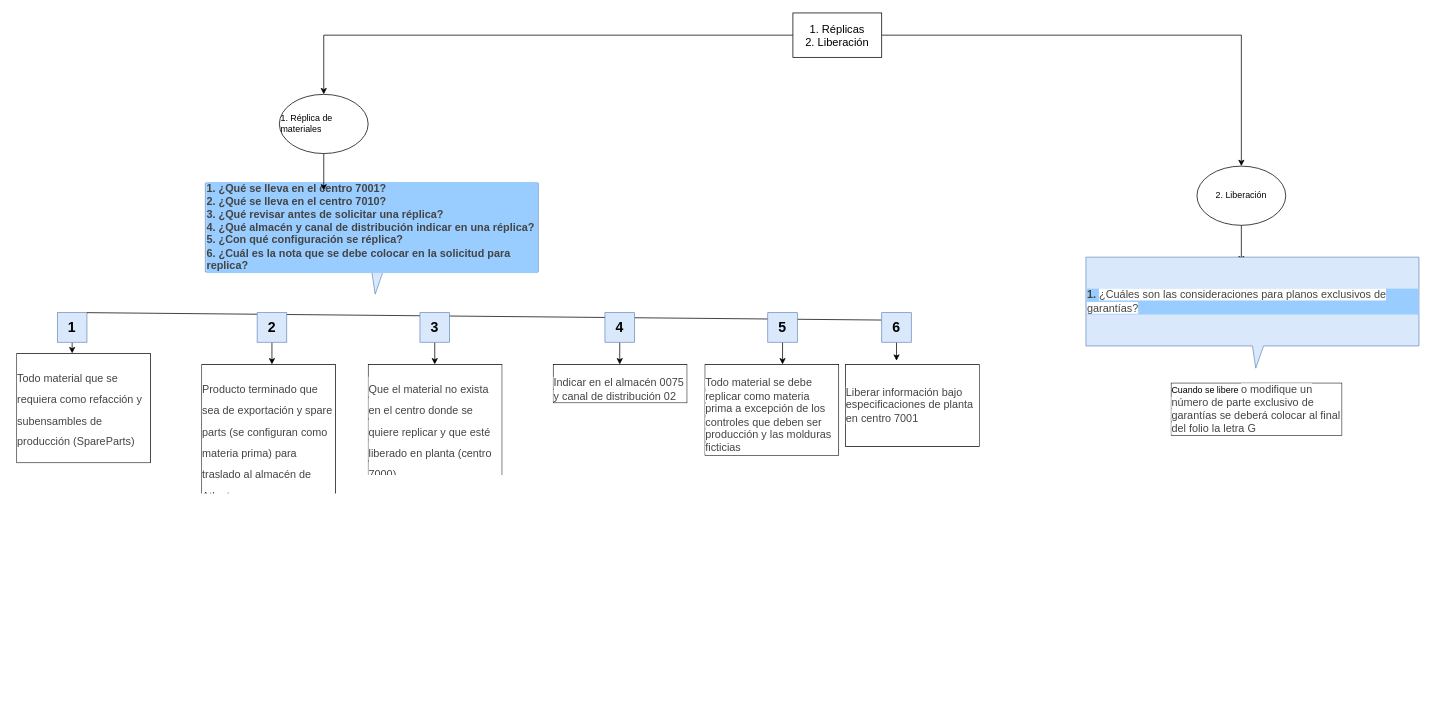
This is page "SOL. GARANTÍAS" (4 of 11) of Diagramas de conversación.drawio from ALRC1525/FlujoBot, a draw.io file, before an edit. Source tidied: cells renumbered, new cells numbered last; positions are measured from the earlier drawing's top-left corner, leaving out a move shared by most shapes. Both pictures are drawn from the tidied source at 74%, with x=0, y=0 at pixel (13, 13).
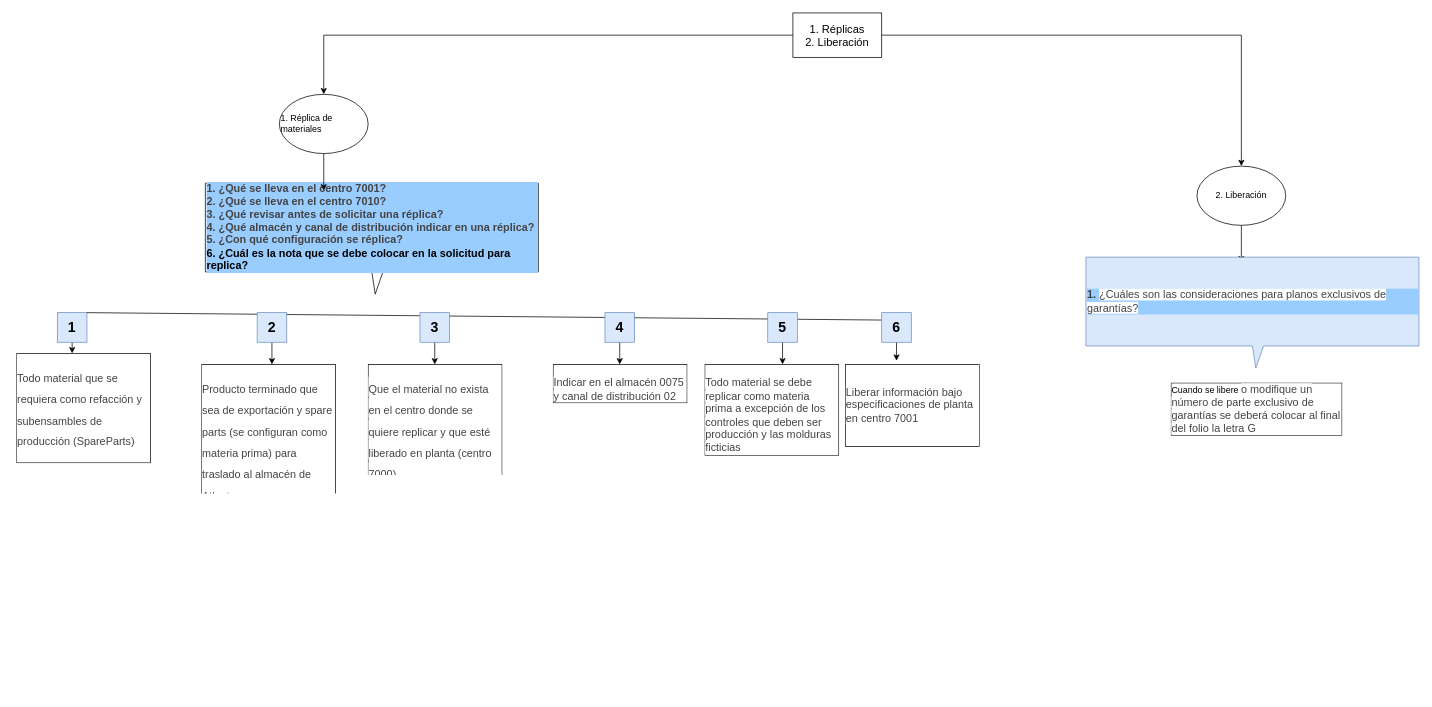
The same page after the edit.

Diff of the diagram source:
```diff
@@
-    <mxCell id="4" value="&lt;span style=&quot;color: rgb(68 , 68 , 68) ; font-family: &amp;#34;calibri&amp;#34; , sans-serif , &amp;#34;mongolian baiti&amp;#34; , &amp;#34;microsoft yi baiti&amp;#34; , &amp;#34;javanese text&amp;#34; , &amp;#34;yu gothic&amp;#34; ; font-size: 14.6667px&quot;&gt;1. ¿Qué se lleva en el centro 7001?&lt;br&gt;2.&amp;nbsp;&lt;/span&gt;&lt;span style=&quot;color: rgb(68 , 68 , 68) ; font-family: &amp;#34;calibri&amp;#34; , sans-serif , &amp;#34;mongolian baiti&amp;#34; , &amp;#34;microsoft yi baiti&amp;#34; , &amp;#34;javanese text&amp;#34; , &amp;#34;yu gothic&amp;#34; ; font-size: 14.6667px&quot;&gt;¿Qué se lleva en el centro 7010?&lt;br&gt;&lt;/span&gt;&lt;span style=&quot;color: rgb(68 , 68 , 68) ; font-family: &amp;#34;calibri&amp;#34; , sans-serif , &amp;#34;mongolian baiti&amp;#34; , &amp;#34;microsoft yi baiti&amp;#34; , &amp;#34;javanese text&amp;#34; , &amp;#34;yu gothic&amp;#34; ; font-size: 14.6667px&quot;&gt;3.&amp;nbsp;&lt;/span&gt;&lt;span style=&quot;color: rgb(68 , 68 , 68) ; font-family: &amp;#34;calibri&amp;#34; , sans-serif , &amp;#34;mongolian baiti&amp;#34; , &amp;#34;microsoft yi baiti&amp;#34; , &amp;#34;javanese text&amp;#34; , &amp;#34;yu gothic&amp;#34; ; font-size: 14.6667px&quot;&gt;¿Qué revisar antes de solicitar una réplica?&lt;br&gt;&lt;/span&gt;&lt;span style=&quot;color: rgb(68 , 68 , 68) ; font-family: &amp;#34;calibri&amp;#34; , sans-serif , &amp;#34;mongolian baiti&amp;#34; , &amp;#34;microsoft yi baiti&amp;#34; , &amp;#34;javanese text&amp;#34; , &amp;#34;yu gothic&amp;#34; ; font-size: 14.6667px&quot;&gt;4.&amp;nbsp;&lt;/span&gt;&lt;span style=&quot;color: rgb(68 , 68 , 68) ; font-family: &amp;#34;calibri&amp;#34; , sans-serif , &amp;#34;mongolian baiti&amp;#34; , &amp;#34;microsoft yi baiti&amp;#34; , &amp;#34;javanese text&amp;#34; , &amp;#34;yu gothic&amp;#34; ; font-size: 14.6667px&quot;&gt;¿Qué almacén y canal de distribución indicar en una réplica?&lt;br&gt;&lt;/span&gt;&lt;span style=&quot;color: rgb(68 , 68 , 68) ; font-family: &amp;#34;calibri&amp;#34; , sans-serif , &amp;#34;mongolian baiti&amp;#34; , &amp;#34;microsoft yi baiti&amp;#34; , &amp;#34;javanese text&amp;#34; , &amp;#34;yu gothic&amp;#34; ; font-size: 14.6667px&quot;&gt;5.&amp;nbsp;&lt;/span&gt;&lt;span style=&quot;color: rgb(68 , 68 , 68) ; font-family: &amp;#34;calibri&amp;#34; , sans-serif , &amp;#34;mongolian baiti&amp;#34; , &amp;#34;microsoft yi baiti&amp;#34; , &amp;#34;javanese text&amp;#34; , &amp;#34;yu gothic&amp;#34; ; font-size: 14.6667px&quot;&gt;¿Con qué configuración se réplica?&lt;br&gt;&lt;/span&gt;&lt;font color=&quot;#444444&quot; face=&quot;calibri, sans-serif, mongolian baiti, microsoft yi baiti, javanese text, yu gothic&quot;&gt;&lt;span style=&quot;font-size: 14.6667px&quot;&gt;6. ¿Cuál es la nota que se debe colocar en la solicitud para replica?&lt;/span&gt;&lt;/font&gt;" style="shape=callout;whiteSpace=wrap;html=1;perimeter=calloutPerimeter;fillColor=#dae8fc;strokeColor=#6c8ebf;align=left;fontStyle=1;labelBackgroundColor=#99CCFF;position2=0.51;base=15;" parent="1" vertex="1">
+    <mxCell id="4" value="&lt;span style=&quot;color: rgb(68, 68, 68); font-family: calibri, sans-serif, &amp;quot;mongolian baiti&amp;quot;, &amp;quot;microsoft yi baiti&amp;quot;, &amp;quot;javanese text&amp;quot;, &amp;quot;yu gothic&amp;quot;; font-size: 14.6667px;&quot;&gt;1. ¿Qué se lleva en el centro 7001?&lt;br&gt;2.&amp;nbsp;&lt;/span&gt;&lt;span style=&quot;color: rgb(68, 68, 68); font-family: calibri, sans-serif, &amp;quot;mongolian baiti&amp;quot;, &amp;quot;microsoft yi baiti&amp;quot;, &amp;quot;javanese text&amp;quot;, &amp;quot;yu gothic&amp;quot;; font-size: 14.6667px;&quot;&gt;¿Qué se lleva en el centro 7010?&lt;br&gt;&lt;/span&gt;&lt;span style=&quot;color: rgb(68, 68, 68); font-family: calibri, sans-serif, &amp;quot;mongolian baiti&amp;quot;, &amp;quot;microsoft yi baiti&amp;quot;, &amp;quot;javanese text&amp;quot;, &amp;quot;yu gothic&amp;quot;; font-size: 14.6667px;&quot;&gt;3.&amp;nbsp;&lt;/span&gt;&lt;span style=&quot;color: rgb(68, 68, 68); font-family: calibri, sans-serif, &amp;quot;mongolian baiti&amp;quot;, &amp;quot;microsoft yi baiti&amp;quot;, &amp;quot;javanese text&amp;quot;, &amp;quot;yu gothic&amp;quot;; font-size: 14.6667px;&quot;&gt;¿Qué revisar antes de solicitar una réplica?&lt;br&gt;&lt;/span&gt;&lt;span style=&quot;color: rgb(68, 68, 68); font-family: calibri, sans-serif, &amp;quot;mongolian baiti&amp;quot;, &amp;quot;microsoft yi baiti&amp;quot;, &amp;quot;javanese text&amp;quot;, &amp;quot;yu gothic&amp;quot;; font-size: 14.6667px;&quot;&gt;4.&amp;nbsp;&lt;/span&gt;&lt;span style=&quot;color: rgb(68, 68, 68); font-family: calibri, sans-serif, &amp;quot;mongolian baiti&amp;quot;, &amp;quot;microsoft yi baiti&amp;quot;, &amp;quot;javanese text&amp;quot;, &amp;quot;yu gothic&amp;quot;; font-size: 14.6667px;&quot;&gt;¿Qué almacén y canal de distribución indicar en una réplica?&lt;br&gt;&lt;/span&gt;&lt;span style=&quot;color: rgb(68, 68, 68); font-family: calibri, sans-serif, &amp;quot;mongolian baiti&amp;quot;, &amp;quot;microsoft yi baiti&amp;quot;, &amp;quot;javanese text&amp;quot;, &amp;quot;yu gothic&amp;quot;; font-size: 14.6667px;&quot;&gt;5.&amp;nbsp;&lt;/span&gt;&lt;span style=&quot;color: rgb(68, 68, 68); font-family: calibri, sans-serif, &amp;quot;mongolian baiti&amp;quot;, &amp;quot;microsoft yi baiti&amp;quot;, &amp;quot;javanese text&amp;quot;, &amp;quot;yu gothic&amp;quot;; font-size: 14.6667px;&quot;&gt;¿Con qué configuración se réplica?&lt;br&gt;&lt;/span&gt;&lt;font face=&quot;calibri, sans-serif, mongolian baiti, microsoft yi baiti, javanese text, yu gothic&quot;&gt;&lt;span style=&quot;font-size: 14.6667px;&quot;&gt;6. ¿Cuál es la nota que se debe colocar en la solicitud para replica?&lt;/span&gt;&lt;/font&gt;" style="shape=callout;whiteSpace=wrap;html=1;perimeter=calloutPerimeter;align=left;fontStyle=1;labelBackgroundColor=#99CCFF;position2=0.51;base=15;fillColor=none;" parent="1" vertex="1">
       <mxGeometry x="260" y="230" width="450" height="150" as="geometry" />
     </mxCell>
```
